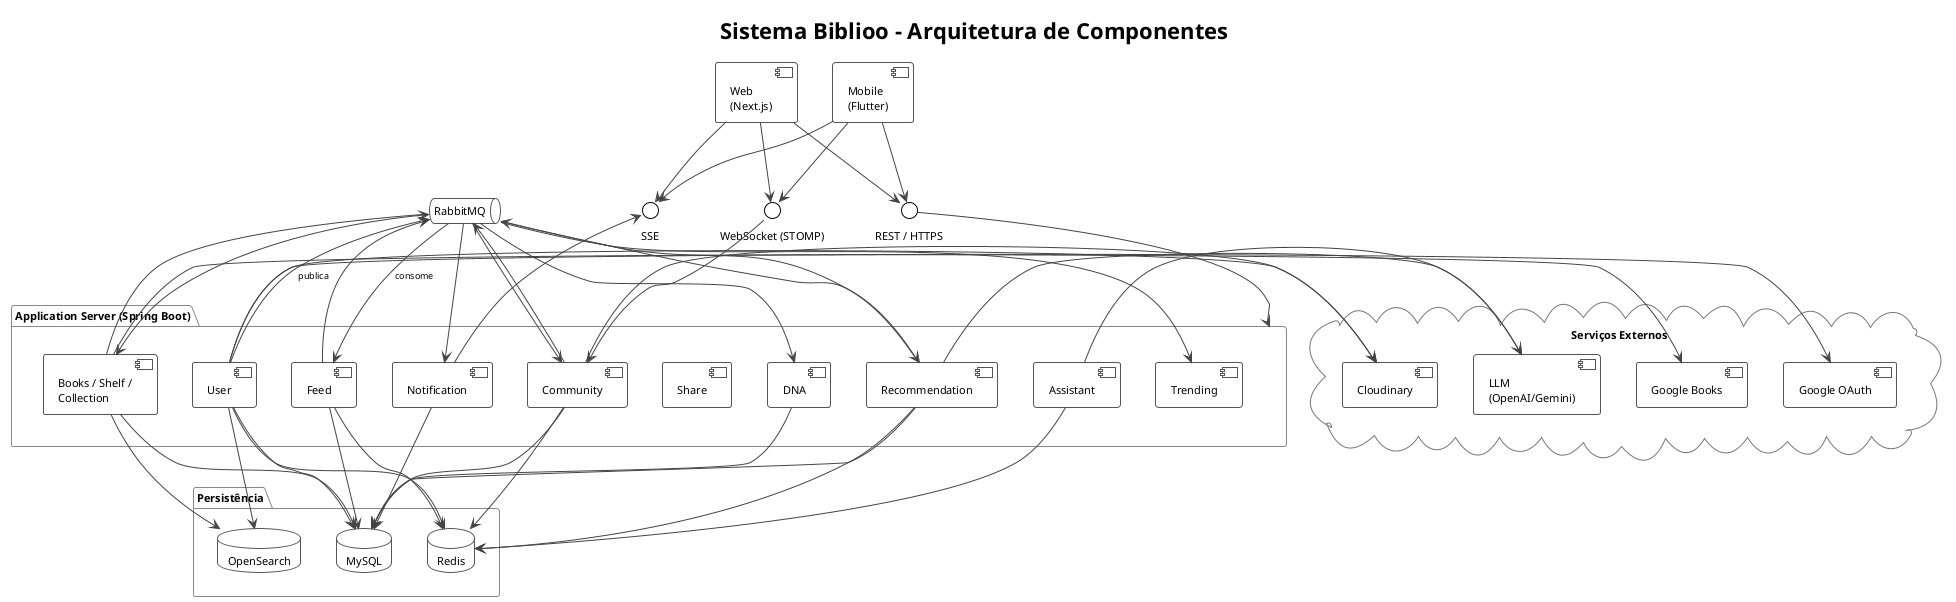
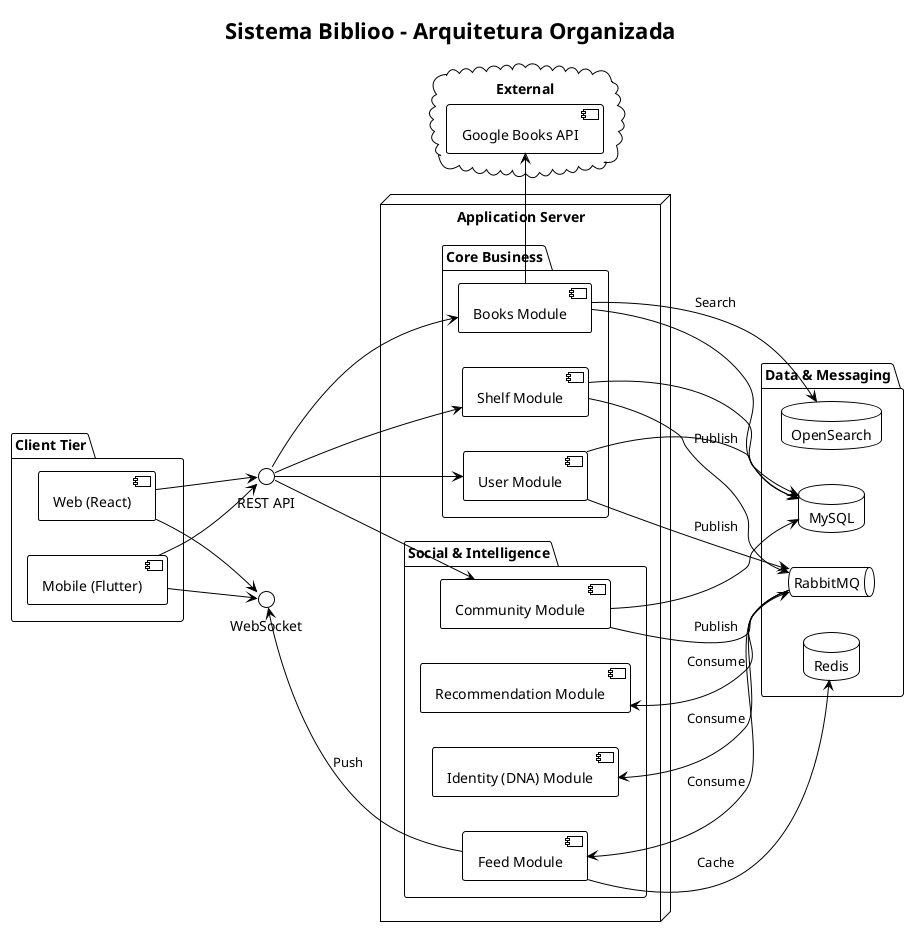
@startuml
!theme plain
skinparam componentStyle uml2
- skinparam defaultFontSize 11
- skinparam ArrowFontSize 9
- skinparam PackageBorderColor #888888
- skinparam PackageBorderThickness 1
- skinparam ComponentBorderColor #555555
- skinparam ArrowColor #444444
- skinparam DatabaseBorderColor #555555
- skinparam QueueBorderColor #555555
- skinparam CloudBorderColor #777777
+ ' Força o layout a seguir uma direção mais linear
+ left to right direction

- title "Sistema Biblioo - Arquitetura de Componentes"
+ title "Sistema Biblioo - Arquitetura Organizada"

- ' ══════ CLIENTES ══════
- together {
-   [Web\n(Next.js)] as Web
-   [Mobile\n(Flutter)] as Mobile
+ ' --- CLIENT TIER (Topo) ---
+ package "Client Tier" {
+     [Web (React)] as Web
+     [Mobile (Flutter)] as Mobile
}

- ' ══════ INTERFACES ══════
- together {
-   interface "REST / HTTPS" as REST
-   interface "WebSocket (STOMP)" as WS
-   interface "SSE" as SSE
+ ' --- INTERFACES ---
+ interface "REST API" as API
+ interface "WebSocket" as WS
+ 
+ ' --- APPLICATION SERVER (Centro) ---
+ node "Application Server" {
+ 
+     package "Core Business" {
+         [User Module] as User
+         [Books Module] as Books
+         [Shelf Module] as Shelf
+     }
+ 
+     package "Social & Intelligence" {
+         [Community Module] as Community
+         [Feed Module] as Feed
+         [Recommendation Module] as Rec
+         [Identity (DNA) Module] as DNA
+     }
}

- ' ══════ APPLICATION SERVER ══════
- package "Application Server (Spring Boot)" as AppServer {
-   together {
-     [User] as User
-     [Books / Shelf /\nCollection] as Books
-     [Community] as Community
-     [Feed] as Feed
-     [Notification] as Notif
-   }
-   together {
-     [Recommendation] as Rec
-     [DNA] as DNA
-     [Assistant] as Asst
-     [Trending] as Trend
-     [Share] as Share
-   }
- }
- 
- ' ══════ MENSAGERIA ══════
- queue "RabbitMQ" as MQ
- 
- ' ══════ PERSISTÊNCIA ══════
- package "Persistência" {
-   together {
+ ' --- INFRASTRUCTURE (Base) ---
+ ' Usamos um grupo para manter todos no mesmo nível inferior
+ package "Data & Messaging" {
+     queue "RabbitMQ" as MQ
    database "MySQL" as MySQL
    database "Redis" as Redis
    database "OpenSearch" as OS
-   }
}

- ' ══════ EXTERNOS ══════
- cloud "Serviços Externos" {
-   together {
-     [Google Books] as GBooks
-     [Google OAuth] as GOAuth
-   }
-   together {
-     [Cloudinary] as Cloud
-     [LLM\n(OpenAI/Gemini)] as LLM
-   }
+ cloud "External" {
+     [Google Books API] as GBooks
}

- ' ══════ CONEXÕES ══════
+ ' --- FLUXO DE LAYOUT ---

- ' Clientes → Interfaces
- Web    --> REST
- Web    --> WS
- Web    --> SSE
- Mobile --> REST
+ ' 1. Conexões de Entrada (Top -> Down)
+ Web --> API
+ Mobile --> API
+ Web --> WS
Mobile --> WS
- Mobile --> SSE

- ' Interfaces → AppServer
- REST --> AppServer
- WS   --> Community
- Notif --> SSE
+ ' 2. Distribuição da API para Módulos
+ API --> User
+ API --> Books
+ API --> Shelf
+ API --> Community

- ' AppServer → MQ (produtores)
- User      --> MQ : "publica"
- Books     --> MQ
- Feed      --> MQ
- Community --> MQ
- Rec       --> MQ
+ ' 3. Comunicação Interna e Eventos (Uso de direções específicas para evitar cruzamento)
+ Shelf -down-> MQ : "Publish"
+ Community -down-> MQ : "Publish"
+ User -down-> MQ : "Publish"

- ' MQ → AppServer (consumidores)
- MQ --> Feed      : "consome"
- MQ --> Notif
- MQ --> DNA
- MQ --> Rec
- MQ --> Books
- MQ --> Trend
- MQ --> Community
+ MQ -up-> Feed : "Consume"
+ MQ -up-> Rec : "Consume"
+ MQ -up-> DNA : "Consume"

- ' Persistência
- User      --> MySQL
- Books     --> MySQL
- Feed      --> MySQL
- Community --> MySQL
- DNA       --> MySQL
- Notif     --> MySQL
- Rec       --> MySQL
+ ' 4. Persistência e Serviços (Down)
+ User -down-> MySQL
+ Books -down-> MySQL
+ Shelf -down-> MySQL
+ Community -down-> MySQL

- Feed      --> Redis
- Asst      --> Redis
- Community --> Redis
- User      --> Redis
- Rec       --> Redis
+ Books -right-> OS : "Search"
+ Books -right-> GBooks

- Books --> OS
- User  --> OS
- 
- ' Externos
- Books     -right-> GBooks
- User      -right-> GOAuth
- User      -right-> Cloud
- Community -right-> Cloud
- Rec       -right-> LLM
- Asst      -right-> LLM
+ Feed -down-> Redis : "Cache"
+ Feed -left-> WS : "Push"

@enduml
